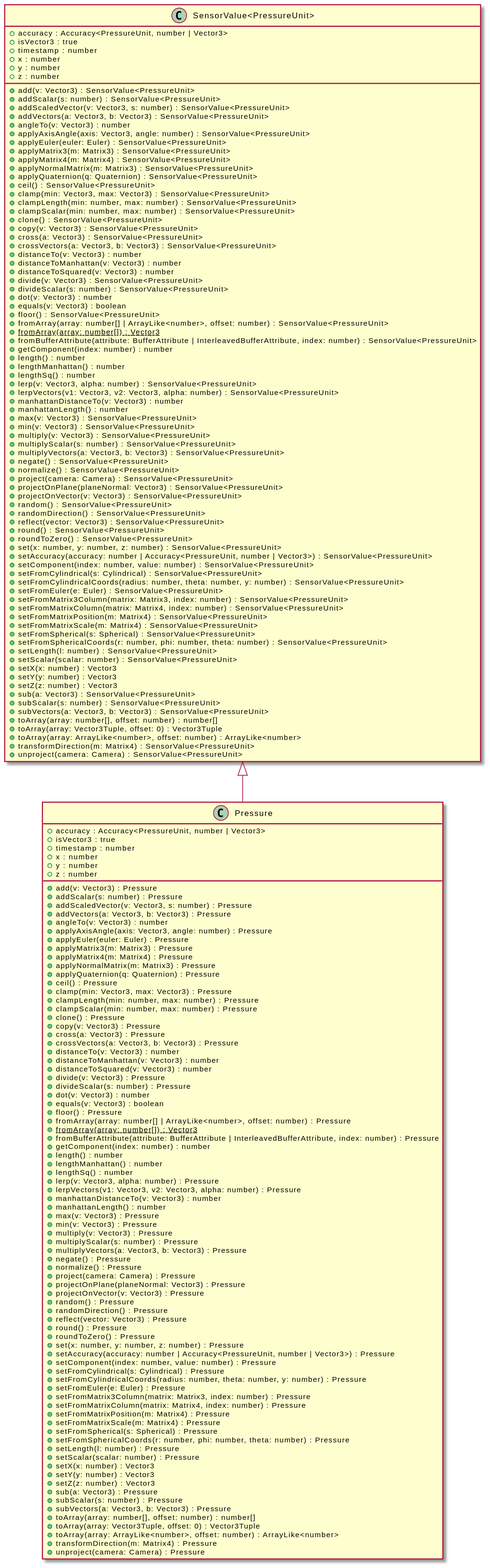
The PlantUML diagram assets/Pressure-umlClassDiagram-6308.svg in OpenHPS/openhps-core, before a commit.
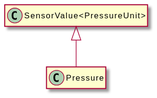
Later version of the same file.

The edit, as a diff of the source:
```diff
@@ -3,176 +3,8 @@
 hide empty methods
 hide empty fields
 class "Pressure" {
-    +accuracy : Accuracy<PressureUnit, number | Vector3>
-    +isVector3 : true
-    +timestamp : number
-    +x : number
-    +y : number
-    +z : number
-    +add(v: Vector3) : Pressure
-    +addScalar(s: number) : Pressure
-    +addScaledVector(v: Vector3, s: number) : Pressure
-    +addVectors(a: Vector3, b: Vector3) : Pressure
-    +angleTo(v: Vector3) : number
-    +applyAxisAngle(axis: Vector3, angle: number) : Pressure
-    +applyEuler(euler: Euler) : Pressure
-    +applyMatrix3(m: Matrix3) : Pressure
-    +applyMatrix4(m: Matrix4) : Pressure
-    +applyNormalMatrix(m: Matrix3) : Pressure
-    +applyQuaternion(q: Quaternion) : Pressure
-    +ceil() : Pressure
-    +clamp(min: Vector3, max: Vector3) : Pressure
-    +clampLength(min: number, max: number) : Pressure
-    +clampScalar(min: number, max: number) : Pressure
-    +clone() : Pressure
-    +copy(v: Vector3) : Pressure
-    +cross(a: Vector3) : Pressure
-    +crossVectors(a: Vector3, b: Vector3) : Pressure
-    +distanceTo(v: Vector3) : number
-    +distanceToManhattan(v: Vector3) : number
-    +distanceToSquared(v: Vector3) : number
-    +divide(v: Vector3) : Pressure
-    +divideScalar(s: number) : Pressure
-    +dot(v: Vector3) : number
-    +equals(v: Vector3) : boolean
-    +floor() : Pressure
-    +fromArray(array: number[] | ArrayLike<number>, offset: number) : Pressure
-    {static} +fromArray(array: number[]) : Vector3
-    +fromBufferAttribute(attribute: BufferAttribute | InterleavedBufferAttribute, index: number) : Pressure
-    +getComponent(index: number) : number
-    +length() : number
-    +lengthManhattan() : number
-    +lengthSq() : number
-    +lerp(v: Vector3, alpha: number) : Pressure
-    +lerpVectors(v1: Vector3, v2: Vector3, alpha: number) : Pressure
-    +manhattanDistanceTo(v: Vector3) : number
-    +manhattanLength() : number
-    +max(v: Vector3) : Pressure
-    +min(v: Vector3) : Pressure
-    +multiply(v: Vector3) : Pressure
-    +multiplyScalar(s: number) : Pressure
-    +multiplyVectors(a: Vector3, b: Vector3) : Pressure
-    +negate() : Pressure
-    +normalize() : Pressure
-    +project(camera: Camera) : Pressure
-    +projectOnPlane(planeNormal: Vector3) : Pressure
-    +projectOnVector(v: Vector3) : Pressure
-    +random() : Pressure
-    +randomDirection() : Pressure
-    +reflect(vector: Vector3) : Pressure
-    +round() : Pressure
-    +roundToZero() : Pressure
-    +set(x: number, y: number, z: number) : Pressure
-    +setAccuracy(accuracy: number | Accuracy<PressureUnit, number | Vector3>) : Pressure
-    +setComponent(index: number, value: number) : Pressure
-    +setFromCylindrical(s: Cylindrical) : Pressure
-    +setFromCylindricalCoords(radius: number, theta: number, y: number) : Pressure
-    +setFromEuler(e: Euler) : Pressure
-    +setFromMatrix3Column(matrix: Matrix3, index: number) : Pressure
-    +setFromMatrixColumn(matrix: Matrix4, index: number) : Pressure
-    +setFromMatrixPosition(m: Matrix4) : Pressure
-    +setFromMatrixScale(m: Matrix4) : Pressure
-    +setFromSpherical(s: Spherical) : Pressure
-    +setFromSphericalCoords(r: number, phi: number, theta: number) : Pressure
-    +setLength(l: number) : Pressure
-    +setScalar(scalar: number) : Pressure
-    +setX(x: number) : Vector3
-    +setY(y: number) : Vector3
-    +setZ(z: number) : Vector3
-    +sub(a: Vector3) : Pressure
-    +subScalar(s: number) : Pressure
-    +subVectors(a: Vector3, b: Vector3) : Pressure
-    +toArray(array: number[], offset: number) : number[]
-    +toArray(array: Vector3Tuple, offset: 0) : Vector3Tuple
-    +toArray(array: ArrayLike<number>, offset: number) : ArrayLike<number>
-    +transformDirection(m: Matrix4) : Pressure
-    +unproject(camera: Camera) : Pressure
 }
 class "SensorValue<PressureUnit>" {
-    +accuracy : Accuracy<PressureUnit, number | Vector3>
-    +isVector3 : true
-    +timestamp : number
-    +x : number
-    +y : number
-    +z : number
-    +add(v: Vector3) : SensorValue<PressureUnit>
-    +addScalar(s: number) : SensorValue<PressureUnit>
-    +addScaledVector(v: Vector3, s: number) : SensorValue<PressureUnit>
-    +addVectors(a: Vector3, b: Vector3) : SensorValue<PressureUnit>
-    +angleTo(v: Vector3) : number
-    +applyAxisAngle(axis: Vector3, angle: number) : SensorValue<PressureUnit>
-    +applyEuler(euler: Euler) : SensorValue<PressureUnit>
-    +applyMatrix3(m: Matrix3) : SensorValue<PressureUnit>
-    +applyMatrix4(m: Matrix4) : SensorValue<PressureUnit>
-    +applyNormalMatrix(m: Matrix3) : SensorValue<PressureUnit>
-    +applyQuaternion(q: Quaternion) : SensorValue<PressureUnit>
-    +ceil() : SensorValue<PressureUnit>
-    +clamp(min: Vector3, max: Vector3) : SensorValue<PressureUnit>
-    +clampLength(min: number, max: number) : SensorValue<PressureUnit>
-    +clampScalar(min: number, max: number) : SensorValue<PressureUnit>
-    +clone() : SensorValue<PressureUnit>
-    +copy(v: Vector3) : SensorValue<PressureUnit>
-    +cross(a: Vector3) : SensorValue<PressureUnit>
-    +crossVectors(a: Vector3, b: Vector3) : SensorValue<PressureUnit>
-    +distanceTo(v: Vector3) : number
-    +distanceToManhattan(v: Vector3) : number
-    +distanceToSquared(v: Vector3) : number
-    +divide(v: Vector3) : SensorValue<PressureUnit>
-    +divideScalar(s: number) : SensorValue<PressureUnit>
-    +dot(v: Vector3) : number
-    +equals(v: Vector3) : boolean
-    +floor() : SensorValue<PressureUnit>
-    +fromArray(array: number[] | ArrayLike<number>, offset: number) : SensorValue<PressureUnit>
-    {static} +fromArray(array: number[]) : Vector3
-    +fromBufferAttribute(attribute: BufferAttribute | InterleavedBufferAttribute, index: number) : SensorValue<PressureUnit>
-    +getComponent(index: number) : number
-    +length() : number
-    +lengthManhattan() : number
-    +lengthSq() : number
-    +lerp(v: Vector3, alpha: number) : SensorValue<PressureUnit>
-    +lerpVectors(v1: Vector3, v2: Vector3, alpha: number) : SensorValue<PressureUnit>
-    +manhattanDistanceTo(v: Vector3) : number
-    +manhattanLength() : number
-    +max(v: Vector3) : SensorValue<PressureUnit>
-    +min(v: Vector3) : SensorValue<PressureUnit>
-    +multiply(v: Vector3) : SensorValue<PressureUnit>
-    +multiplyScalar(s: number) : SensorValue<PressureUnit>
-    +multiplyVectors(a: Vector3, b: Vector3) : SensorValue<PressureUnit>
-    +negate() : SensorValue<PressureUnit>
-    +normalize() : SensorValue<PressureUnit>
-    +project(camera: Camera) : SensorValue<PressureUnit>
-    +projectOnPlane(planeNormal: Vector3) : SensorValue<PressureUnit>
-    +projectOnVector(v: Vector3) : SensorValue<PressureUnit>
-    +random() : SensorValue<PressureUnit>
-    +randomDirection() : SensorValue<PressureUnit>
-    +reflect(vector: Vector3) : SensorValue<PressureUnit>
-    +round() : SensorValue<PressureUnit>
-    +roundToZero() : SensorValue<PressureUnit>
-    +set(x: number, y: number, z: number) : SensorValue<PressureUnit>
-    +setAccuracy(accuracy: number | Accuracy<PressureUnit, number | Vector3>) : SensorValue<PressureUnit>
-    +setComponent(index: number, value: number) : SensorValue<PressureUnit>
-    +setFromCylindrical(s: Cylindrical) : SensorValue<PressureUnit>
-    +setFromCylindricalCoords(radius: number, theta: number, y: number) : SensorValue<PressureUnit>
-    +setFromEuler(e: Euler) : SensorValue<PressureUnit>
-    +setFromMatrix3Column(matrix: Matrix3, index: number) : SensorValue<PressureUnit>
-    +setFromMatrixColumn(matrix: Matrix4, index: number) : SensorValue<PressureUnit>
-    +setFromMatrixPosition(m: Matrix4) : SensorValue<PressureUnit>
-    +setFromMatrixScale(m: Matrix4) : SensorValue<PressureUnit>
-    +setFromSpherical(s: Spherical) : SensorValue<PressureUnit>
-    +setFromSphericalCoords(r: number, phi: number, theta: number) : SensorValue<PressureUnit>
-    +setLength(l: number) : SensorValue<PressureUnit>
-    +setScalar(scalar: number) : SensorValue<PressureUnit>
-    +setX(x: number) : Vector3
-    +setY(y: number) : Vector3
-    +setZ(z: number) : Vector3
-    +sub(a: Vector3) : SensorValue<PressureUnit>
-    +subScalar(s: number) : SensorValue<PressureUnit>
-    +subVectors(a: Vector3, b: Vector3) : SensorValue<PressureUnit>
-    +toArray(array: number[], offset: number) : number[]
-    +toArray(array: Vector3Tuple, offset: 0) : Vector3Tuple
-    +toArray(array: ArrayLike<number>, offset: number) : ArrayLike<number>
-    +transformDirection(m: Matrix4) : SensorValue<PressureUnit>
-    +unproject(camera: Camera) : SensorValue<PressureUnit>
 }
 "SensorValue<PressureUnit>" <|-- "Pressure"
 @enduml
```
